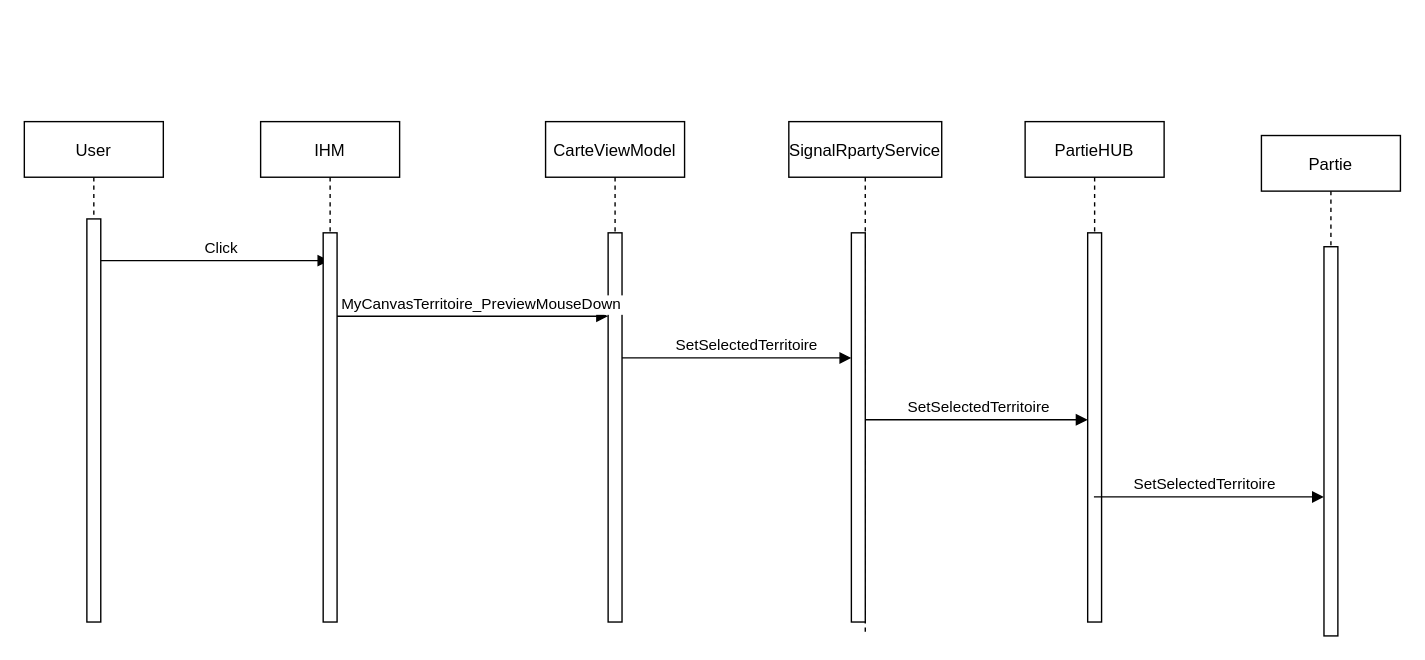
The draw.io diagram Client/Conception/Diagramme de séquence SelectionnnerTerritoire.drawio in CharifMah/SAE-S3-B2-RISK, before the edit. Source tidied: cells renumbered, new cells numbered last; positions are measured from the earlier drawing's top-left corner, leaving out a move shared by most shapes. Both pictures are drawn from the tidied source at 139%, with x=0, y=0 at pixel (24, 121).
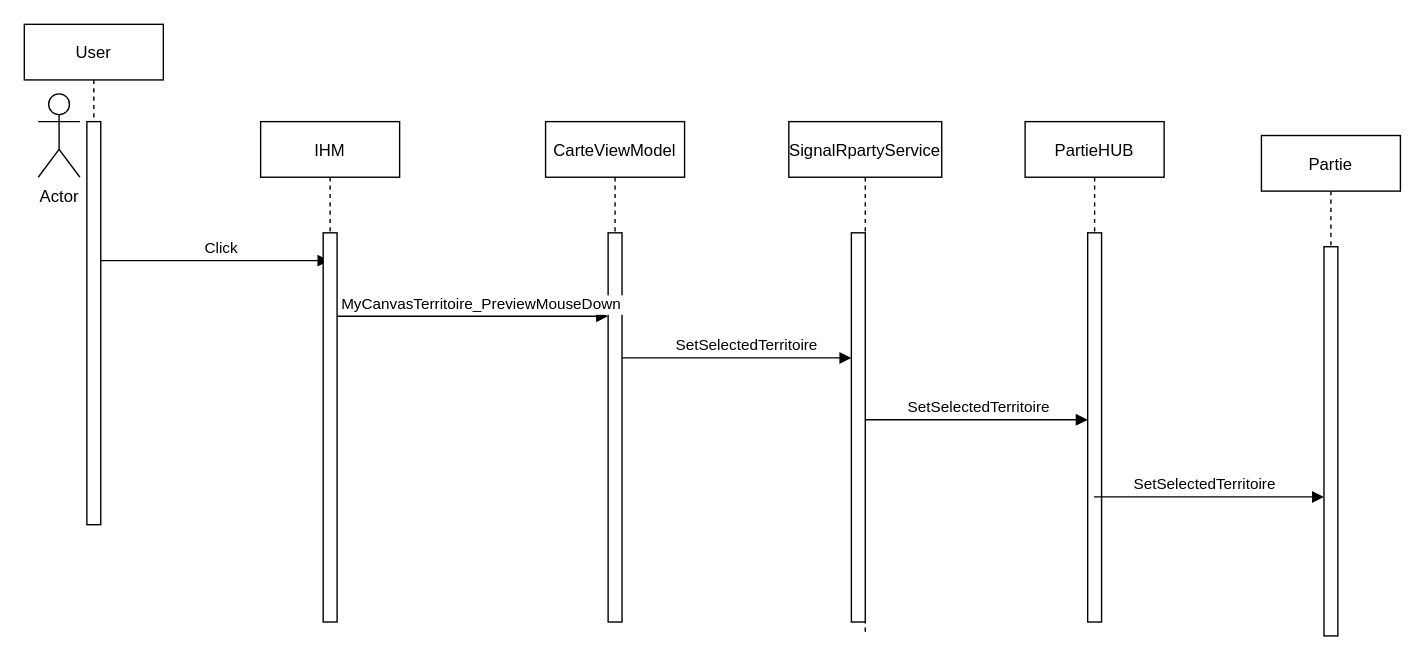
The same page after the edit.

Commit message:
Mettre à jour Diagramme de séquence SelectionnnerTerritoire.drawio

What changed in the source:
```diff
@@
     <mxCell id="2" value="User" style="shape=umlLifeline;perimeter=lifelinePerimeter;rounded=0;shadow=0;strokeWidth=1;" parent="1" vertex="1">
-      <mxGeometry width="100" height="360" as="geometry" />
+      <mxGeometry y="-70" width="100" height="360" as="geometry" />
     </mxCell>
@@
+    <mxCell id="19" value="Actor" style="shape=umlActor;verticalLabelPosition=bottom;verticalAlign=top;html=1;" parent="2" vertex="1">
+      <mxGeometry x="10" y="50" width="30" height="60" as="geometry" />
+    </mxCell>
```
